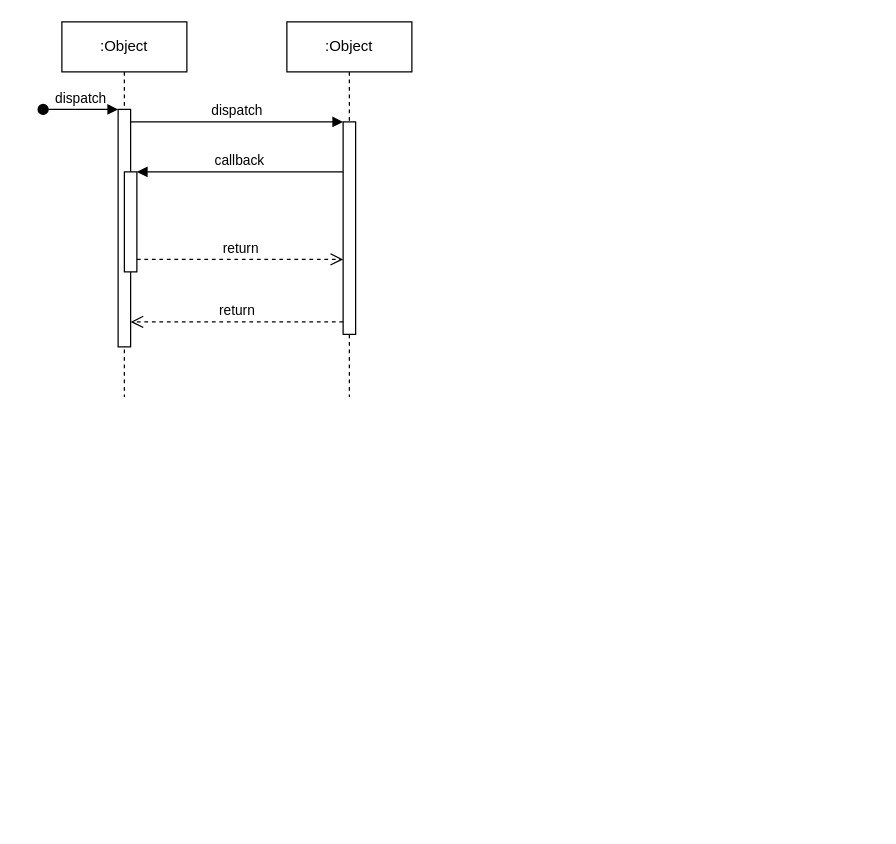
Before: Untitled Diagram.drawio in annadevagiri/game, a draw.io diagram. Source tidied: cells renumbered, new cells numbered last; positions are measured from the earlier drawing's top-left corner, leaving out a move shared by most shapes. Both pictures are drawn from the tidied source at 125%, with x=0, y=0 at pixel (42, 21).
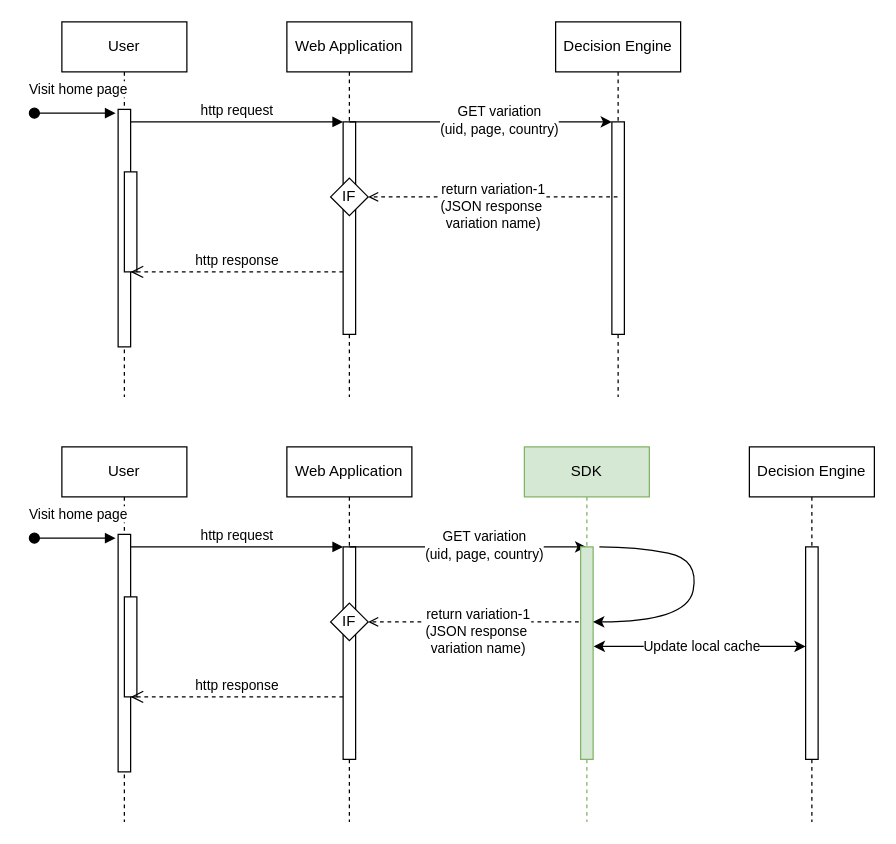
Above is the later version.

The change refers to these unchanged cells:
```xml
<mxCell id="3" style="html=1;points=[];perimeter=orthogonalPerimeter;outlineConnect=0;targetShapes=umlLifeline;portConstraint=eastwest;newEdgeStyle={&quot;edgeStyle&quot;:&quot;elbowEdgeStyle&quot;,&quot;elbow&quot;:&quot;vertical&quot;,&quot;curved&quot;:0,&quot;rounded&quot;:0};" parent="2" vertex="1">
  <mxGeometry x="45" y="70" width="10" height="190" as="geometry" />
</mxCell>
<mxCell id="5" style="html=1;points=[];perimeter=orthogonalPerimeter;outlineConnect=0;targetShapes=umlLifeline;portConstraint=eastwest;newEdgeStyle={&quot;edgeStyle&quot;:&quot;elbowEdgeStyle&quot;,&quot;elbow&quot;:&quot;vertical&quot;,&quot;curved&quot;:0,&quot;rounded&quot;:0};" parent="2" vertex="1">
  <mxGeometry x="50" y="120" width="10" height="80" as="geometry" />
</mxCell>
<mxCell id="7" style="html=1;points=[];perimeter=orthogonalPerimeter;outlineConnect=0;targetShapes=umlLifeline;portConstraint=eastwest;newEdgeStyle={&quot;edgeStyle&quot;:&quot;elbowEdgeStyle&quot;,&quot;elbow&quot;:&quot;vertical&quot;,&quot;curved&quot;:0,&quot;rounded&quot;:0};" parent="6" vertex="1">
  <mxGeometry x="45" y="80" width="10" height="170" as="geometry" />
</mxCell>
```

Diff of the diagram source:
```diff
@@
-    <mxCell id="2" value=":Object" style="shape=umlLifeline;perimeter=lifelinePerimeter;whiteSpace=wrap;html=1;newEdgeStyle={&quot;edgeStyle&quot;:&quot;elbowEdgeStyle&quot;,&quot;elbow&quot;:&quot;vertical&quot;,&quot;curved&quot;:0,&quot;rounded&quot;:0};" parent="1" vertex="1">
+    <mxCell id="2" value="User" style="shape=umlLifeline;perimeter=lifelinePerimeter;whiteSpace=wrap;html=1;newEdgeStyle={&quot;edgeStyle&quot;:&quot;elbowEdgeStyle&quot;,&quot;elbow&quot;:&quot;vertical&quot;,&quot;curved&quot;:0,&quot;rounded&quot;:0};" parent="1" vertex="1">
       <mxGeometry x="15" width="100" height="300" as="geometry" />
     </mxCell>
@@
-    <mxCell id="4" value="dispatch" style="html=1;verticalAlign=bottom;startArrow=oval;endArrow=block;startSize=8;edgeStyle=elbowEdgeStyle;elbow=vertical;curved=0;rounded=0;" parent="2" edge="1" target="3">
-      <mxGeometry relative="1" as="geometry">
-        <mxPoint x="-15" y="70" as="sourcePoint" />
+    <mxCell id="4" value="Visit home page" style="html=1;verticalAlign=bottom;startArrow=oval;endArrow=block;startSize=8;edgeStyle=elbowEdgeStyle;elbow=vertical;curved=0;rounded=0;" parent="2" edge="1">
+      <mxGeometry x="0.08" y="10" relative="1" as="geometry">
+        <mxPoint x="-22" y="73" as="sourcePoint" />
+        <mxPoint x="43" y="73" as="targetPoint" />
       </mxGeometry>
     </mxCell>
@@
-    <mxCell id="6" value=":Object" style="shape=umlLifeline;perimeter=lifelinePerimeter;whiteSpace=wrap;html=1;newEdgeStyle={&quot;edgeStyle&quot;:&quot;elbowEdgeStyle&quot;,&quot;elbow&quot;:&quot;vertical&quot;,&quot;curved&quot;:0,&quot;rounded&quot;:0};" parent="1" vertex="1">
+    <mxCell id="6" value="Web Application" style="shape=umlLifeline;perimeter=lifelinePerimeter;whiteSpace=wrap;html=1;newEdgeStyle={&quot;edgeStyle&quot;:&quot;elbowEdgeStyle&quot;,&quot;elbow&quot;:&quot;vertical&quot;,&quot;curved&quot;:0,&quot;rounded&quot;:0};" parent="1" vertex="1">
       <mxGeometry x="195" width="100" height="300" as="geometry" />
     </mxCell>
@@
-    <mxCell id="8" value="dispatch" style="html=1;verticalAlign=bottom;endArrow=block;edgeStyle=elbowEdgeStyle;elbow=vertical;curved=0;rounded=0;" parent="1" edge="1" source="3" target="7">
+    <mxCell id="8" value="http request" style="html=1;verticalAlign=bottom;endArrow=block;edgeStyle=elbowEdgeStyle;elbow=vertical;curved=0;rounded=0;" parent="1" edge="1" source="3" target="7">
       <mxGeometry relative="1" as="geometry">
         <Array as="points">
           <mxPoint x="155" y="80" />
         </Array>
       </mxGeometry>
     </mxCell>
-    <mxCell id="9" value="return" style="html=1;verticalAlign=bottom;endArrow=open;dashed=1;endSize=8;edgeStyle=elbowEdgeStyle;elbow=vertical;curved=0;rounded=0;" parent="1" edge="1" source="7" target="3">
+    <mxCell id="9" value="http response" style="html=1;verticalAlign=bottom;endArrow=open;dashed=1;endSize=8;edgeStyle=elbowEdgeStyle;elbow=vertical;curved=0;rounded=0;" parent="1" edge="1">
       <mxGeometry relative="1" as="geometry">
+        <mxPoint x="240" y="200" as="sourcePoint" />
+        <mxPoint x="70" y="200" as="targetPoint" />
         <Array as="points">
-          <mxPoint x="165" y="240" />
+          <mxPoint x="165" y="200" />
         </Array>
       </mxGeometry>
     </mxCell>
-    <mxCell id="10" value="callback" style="html=1;verticalAlign=bottom;endArrow=block;edgeStyle=elbowEdgeStyle;elbow=vertical;curved=0;rounded=0;" parent="1" edge="1" source="7" target="5">
-      <mxGeometry relative="1" as="geometry">
-        <Array as="points">
-          <mxPoint x="165" y="120" />
-        </Array>
-      </mxGeometry>
-    </mxCell>
+    <mxCell id="12" value="Decision Engine" style="shape=umlLifeline;perimeter=lifelinePerimeter;whiteSpace=wrap;html=1;outlineConnect=0;portConstraint=eastwest;newEdgeStyle={&quot;edgeStyle&quot;:&quot;elbowEdgeStyle&quot;,&quot;elbow&quot;:&quot;vertical&quot;,&quot;curved&quot;:0,&quot;rounded&quot;:0};" parent="1" vertex="1">
+      <mxGeometry x="410" width="100" height="300" as="geometry" />
+    </mxCell>
+    <mxCell id="13" style="html=1;points=[];perimeter=orthogonalPerimeter;outlineConnect=0;targetShapes=umlLifeline;portConstraint=eastwest;newEdgeStyle={&quot;edgeStyle&quot;:&quot;elbowEdgeStyle&quot;,&quot;elbow&quot;:&quot;vertical&quot;,&quot;curved&quot;:0,&quot;rounded&quot;:0};" parent="12" vertex="1">
+      <mxGeometry x="45" y="80" width="10" height="170" as="geometry" />
+    </mxCell>
+    <mxCell id="14" style="endArrow=classic;html=1;rounded=0;" parent="1" edge="1" target="13">
+      <mxGeometry relative="1" as="geometry">
+        <mxPoint x="245" y="80" as="sourcePoint" />
+      </mxGeometry>
+    </mxCell>
+    <mxCell id="15" value="GET variation&lt;div&gt;(uid, page, country)&lt;/div&gt;" style="edgeLabel;html=1;align=center;verticalAlign=middle;" parent="14" vertex="1">
+      <mxGeometry x="0.13" y="2" relative="1" as="geometry" />
+    </mxCell>
-    <mxCell id="11" value="return" style="html=1;verticalAlign=bottom;endArrow=open;dashed=1;endSize=8;edgeStyle=elbowEdgeStyle;elbow=vertical;curved=0;rounded=0;" parent="1" edge="1" source="5" target="7">
-      <mxGeometry relative="1" as="geometry">
-        <Array as="points">
-          <mxPoint x="155" y="190" />
-        </Array>
-      </mxGeometry>
+    <mxCell id="11" value="return variation-1&lt;div&gt;(JSON response&amp;nbsp;&lt;/div&gt;&lt;div&gt;variation name)&lt;/div&gt;" style="html=1;verticalAlign=bottom;endArrow=open;dashed=1;edgeStyle=elbowEdgeStyle;elbow=vertical;curved=0;rounded=0;entryX=1;entryY=0.5;entryDx=0;entryDy=0;" parent="1" edge="1" source="12" target="16">
+      <mxGeometry y="30" relative="1" as="geometry" />
     </mxCell>
+    <mxCell id="16" value="IF" style="rhombus;whiteSpace=wrap;html=1;" parent="1" vertex="1">
+      <mxGeometry x="230" y="125" width="30" height="30" as="geometry" />
+    </mxCell>
+    <mxCell id="17" value="User" style="shape=umlLifeline;perimeter=lifelinePerimeter;whiteSpace=wrap;html=1;newEdgeStyle={&quot;edgeStyle&quot;:&quot;elbowEdgeStyle&quot;,&quot;elbow&quot;:&quot;vertical&quot;,&quot;curved&quot;:0,&quot;rounded&quot;:0};" parent="1" vertex="1">
+      <mxGeometry x="15" y="340" width="100" height="300" as="geometry" />
+    </mxCell>
+    <mxCell id="18" style="html=1;points=[];perimeter=orthogonalPerimeter;outlineConnect=0;targetShapes=umlLifeline;portConstraint=eastwest;newEdgeStyle={&quot;edgeStyle&quot;:&quot;elbowEdgeStyle&quot;,&quot;elbow&quot;:&quot;vertical&quot;,&quot;curved&quot;:0,&quot;rounded&quot;:0};" parent="17" vertex="1">
+      <mxGeometry x="45" y="70" width="10" height="190" as="geometry" />
+    </mxCell>
+    <mxCell id="19" value="Visit home page" style="html=1;verticalAlign=bottom;startArrow=oval;endArrow=block;startSize=8;edgeStyle=elbowEdgeStyle;elbow=vertical;curved=0;rounded=0;" parent="17" edge="1">
+      <mxGeometry x="0.08" y="10" relative="1" as="geometry">
+        <mxPoint x="-22" y="73" as="sourcePoint" />
+        <mxPoint x="43" y="73" as="targetPoint" />
+      </mxGeometry>
+    </mxCell>
+    <mxCell id="20" style="html=1;perimeter=orthogonalPerimeter;targetShapes=umlLifeline;newEdgeStyle={&quot;edgeStyle&quot;:&quot;elbowEdgeStyle&quot;,&quot;elbow&quot;:&quot;vertical&quot;,&quot;curved&quot;:0,&quot;rounded&quot;:0};" parent="17" vertex="1">
+      <mxGeometry x="50" y="120" width="10" height="80" as="geometry" />
+    </mxCell>
+    <mxCell id="21" value="Web Application" style="shape=umlLifeline;perimeter=lifelinePerimeter;whiteSpace=wrap;html=1;newEdgeStyle={&quot;edgeStyle&quot;:&quot;elbowEdgeStyle&quot;,&quot;elbow&quot;:&quot;vertical&quot;,&quot;curved&quot;:0,&quot;rounded&quot;:0};" parent="1" vertex="1">
+      <mxGeometry x="195" y="340" width="100" height="300" as="geometry" />
+    </mxCell>
+    <mxCell id="22" style="html=1;points=[];perimeter=orthogonalPerimeter;outlineConnect=0;targetShapes=umlLifeline;portConstraint=eastwest;newEdgeStyle={&quot;edgeStyle&quot;:&quot;elbowEdgeStyle&quot;,&quot;elbow&quot;:&quot;vertical&quot;,&quot;curved&quot;:0,&quot;rounded&quot;:0};" parent="21" vertex="1">
+      <mxGeometry x="45" y="80" width="10" height="170" as="geometry" />
+    </mxCell>
+    <mxCell id="23" value="http request" style="html=1;verticalAlign=bottom;endArrow=block;edgeStyle=elbowEdgeStyle;elbow=vertical;curved=0;rounded=0;" parent="1" edge="1" source="18" target="22">
+      <mxGeometry relative="1" as="geometry">
+        <Array as="points">
+          <mxPoint x="155" y="420" />
+        </Array>
+      </mxGeometry>
+    </mxCell>
+    <mxCell id="24" value="http response" style="html=1;verticalAlign=bottom;endArrow=open;dashed=1;endSize=8;edgeStyle=elbowEdgeStyle;elbow=vertical;curved=0;rounded=0;" parent="1" edge="1">
+      <mxGeometry relative="1" as="geometry">
+        <mxPoint x="240" y="540" as="sourcePoint" />
+        <mxPoint x="70" y="540" as="targetPoint" />
+        <Array as="points">
+          <mxPoint x="165" y="540" />
+        </Array>
+      </mxGeometry>
+    </mxCell>
+    <mxCell id="25" value="Decision Engine" style="shape=umlLifeline;perimeter=lifelinePerimeter;whiteSpace=wrap;html=1;newEdgeStyle={&quot;edgeStyle&quot;:&quot;elbowEdgeStyle&quot;,&quot;elbow&quot;:&quot;vertical&quot;,&quot;curved&quot;:0,&quot;rounded&quot;:0};" parent="1" vertex="1">
+      <mxGeometry x="565" y="340" width="100" height="300" as="geometry" />
+    </mxCell>
+    <mxCell id="26" style="html=1;perimeter=orthogonalPerimeter;targetShapes=umlLifeline;newEdgeStyle={&quot;edgeStyle&quot;:&quot;elbowEdgeStyle&quot;,&quot;elbow&quot;:&quot;vertical&quot;,&quot;curved&quot;:0,&quot;rounded&quot;:0};" parent="25" vertex="1">
+      <mxGeometry x="45" y="80" width="10" height="170" as="geometry" />
+    </mxCell>
+    <mxCell id="27" style="endArrow=classic;html=1;rounded=0;" parent="1" edge="1" target="31">
+      <mxGeometry relative="1" as="geometry">
+        <mxPoint x="245" y="420" as="sourcePoint" />
+      </mxGeometry>
+    </mxCell>
+    <mxCell id="28" value="GET variation&lt;div&gt;(uid, page, country)&lt;/div&gt;" style="edgeLabel;html=1;align=center;verticalAlign=middle;" parent="27" vertex="1">
+      <mxGeometry x="0.13" y="2" relative="1" as="geometry" />
+    </mxCell>
+    <mxCell id="29" value="return variation-1&lt;div&gt;(JSON response&amp;nbsp;&lt;/div&gt;&lt;div&gt;variation name)&lt;/div&gt;" style="html=1;verticalAlign=bottom;endArrow=open;dashed=1;edgeStyle=elbowEdgeStyle;elbow=vertical;curved=0;rounded=0;entryX=1;entryY=0.5;entryDx=0;entryDy=0;" parent="1" edge="1" source="31" target="30">
+      <mxGeometry y="30" relative="1" as="geometry" />
+    </mxCell>
+    <mxCell id="30" value="IF" style="rhombus;whiteSpace=wrap;html=1;" parent="1" vertex="1">
+      <mxGeometry x="230" y="465" width="30" height="30" as="geometry" />
+    </mxCell>
+    <mxCell id="31" value="SDK" style="shape=umlLifeline;perimeter=lifelinePerimeter;whiteSpace=wrap;html=1;outlineConnect=0;portConstraint=eastwest;newEdgeStyle={&quot;edgeStyle&quot;:&quot;elbowEdgeStyle&quot;,&quot;elbow&quot;:&quot;vertical&quot;,&quot;curved&quot;:0,&quot;rounded&quot;:0};fillColor=#d5e8d4;strokeColor=#82b366;" parent="1" vertex="1">
+      <mxGeometry x="385" y="340" width="100" height="300" as="geometry" />
+    </mxCell>
+    <mxCell id="32" style="html=1;points=[];perimeter=orthogonalPerimeter;outlineConnect=0;targetShapes=umlLifeline;portConstraint=eastwest;newEdgeStyle={&quot;edgeStyle&quot;:&quot;elbowEdgeStyle&quot;,&quot;elbow&quot;:&quot;vertical&quot;,&quot;curved&quot;:0,&quot;rounded&quot;:0};fillColor=#d5e8d4;strokeColor=#82b366;" parent="31" vertex="1">
+      <mxGeometry x="45" y="80" width="10" height="170" as="geometry" />
+    </mxCell>
+    <mxCell id="33" style="curved=1;endArrow=classic;html=1;rounded=0;" parent="31" edge="1" target="32">
+      <mxGeometry relative="1" as="geometry">
+        <mxPoint x="60" y="80" as="sourcePoint" />
+        <Array as="points">
+          <mxPoint x="90" y="80" />
+          <mxPoint x="140" y="90" />
+          <mxPoint x="130" y="140" />
+        </Array>
+      </mxGeometry>
+    </mxCell>
+    <mxCell id="34" style="endArrow=classic;startArrow=classic;html=1;rounded=0;" parent="1" edge="1">
+      <mxGeometry relative="1" as="geometry">
+        <mxPoint x="440.5" y="499.6" as="sourcePoint" />
+        <mxPoint x="610" y="499.6" as="targetPoint" />
+      </mxGeometry>
+    </mxCell>
+    <mxCell id="35" value="Update local cache" style="edgeLabel;html=1;align=center;verticalAlign=middle;" parent="34" vertex="1">
+      <mxGeometry x="0.02" relative="1" as="geometry" />
+    </mxCell>
```
